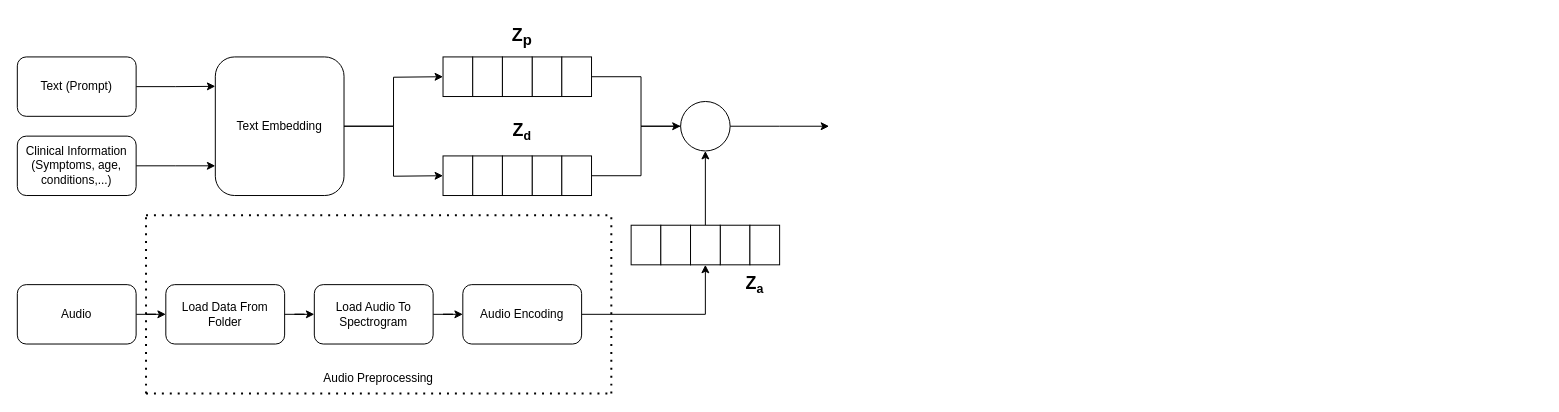
Before: Untitled Diagram.drawio in Mancupfire/Audio_in_LLM, a draw.io diagram. Source tidied: cells renumbered, new cells numbered last; positions are measured from the earlier drawing's top-left corner, leaving out a move shared by most shapes. Both pictures are drawn from the tidied source at 99%, with x=0, y=0 at pixel (17, 17).
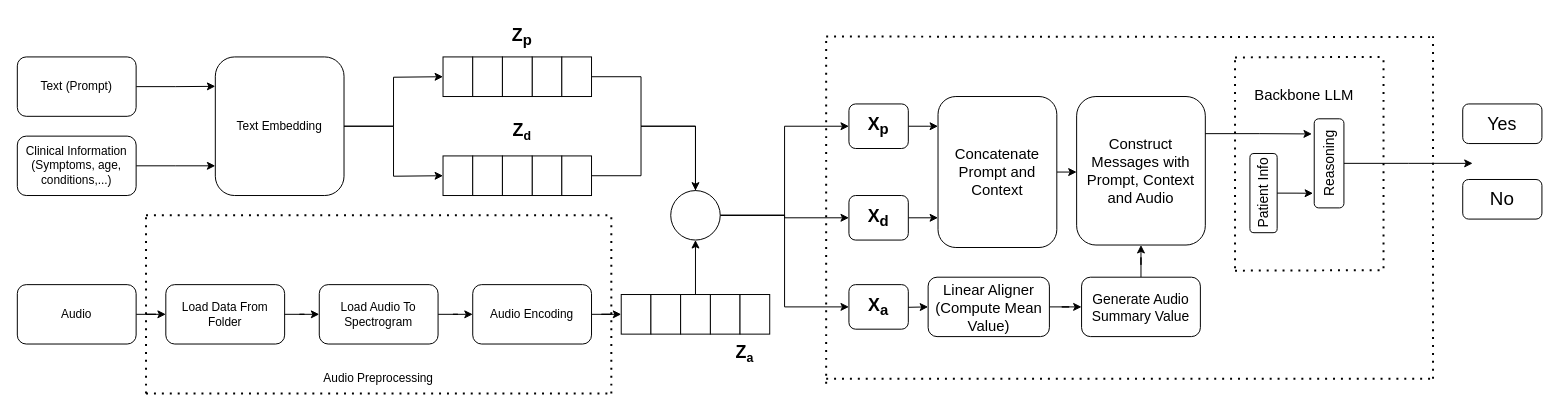
The same diagram, later.

Unchanged cells that the change refers to:
```xml
<mxCell id="27" style="rounded=0;whiteSpace=wrap;html=1;" parent="1" vertex="1">
  <mxGeometry x="550" y="40" width="30" height="40" as="geometry" />
</mxCell>
<mxCell id="33" style="rounded=0;whiteSpace=wrap;html=1;" parent="1" vertex="1">
  <mxGeometry x="550" y="140" width="30" height="40" as="geometry" />
</mxCell>
```

The edit, as a diff of the source:
```diff
@@
     <mxCell id="14" value="Load Audio To Spectrogram" style="rounded=1;whiteSpace=wrap;html=1;" parent="1" vertex="1">
-      <mxGeometry x="300" y="270" width="120" height="60" as="geometry" />
+      <mxGeometry x="305" y="270" width="120" height="60" as="geometry" />
     </mxCell>
-    <mxCell id="15" style="edgeStyle=orthogonalEdgeStyle;rounded=0;jettySize=auto;html=1;entryX=0.5;entryY=1;entryDx=0;entryDy=0;" parent="1" edge="1" source="16" target="38">
-      <mxGeometry relative="1" as="geometry" />
-    </mxCell>
+    <mxCell id="45" style="edgeStyle=orthogonalEdgeStyle;rounded=0;jettySize=auto;html=1;entryX=0;entryY=0.5;entryDx=0;entryDy=0;" parent="1" edge="1" source="16" target="34">
+      <mxGeometry relative="1" as="geometry" />
+    </mxCell>
     <mxCell id="16" value="Audio Encoding" style="rounded=1;whiteSpace=wrap;html=1;" parent="1" vertex="1">
-      <mxGeometry x="450" y="270" width="120" height="60" as="geometry" />
+      <mxGeometry x="460" y="270" width="120" height="60" as="geometry" />
     </mxCell>
@@
     <mxCell id="26" style="edgeStyle=orthogonalEdgeStyle;rounded=0;jettySize=auto;html=1;entryX=0.083;entryY=0.221;entryDx=0;entryDy=0;entryPerimeter=0;" parent="1" edge="1" source="27" target="41">
       <mxGeometry relative="1" as="geometry">
         <Array as="points">
           <mxPoint x="630" y="60" />
           <mxPoint x="630" y="110" />
-          <mxPoint x="687" y="110" />
+          <mxPoint x="685" y="110" />
+          <mxPoint x="685" y="186" />
         </Array>
       </mxGeometry>
     </mxCell>
@@
     <mxCell id="32" style="edgeStyle=orthogonalEdgeStyle;rounded=0;jettySize=auto;html=1;" parent="1" edge="1" source="33" target="41">
       <mxGeometry relative="1" as="geometry">
         <Array as="points">
           <mxPoint x="630" y="160" />
           <mxPoint x="630" y="110" />
+          <mxPoint x="685" y="110" />
         </Array>
       </mxGeometry>
     </mxCell>
@@
     <mxCell id="34" style="rounded=0;whiteSpace=wrap;html=1;" parent="1" vertex="1">
-      <mxGeometry x="620" y="210" width="30" height="40" as="geometry" />
+      <mxGeometry x="610" y="280" width="30" height="40" as="geometry" />
     </mxCell>
     <mxCell id="35" style="rounded=0;whiteSpace=wrap;html=1;" parent="1" vertex="1">
-      <mxGeometry x="650" y="210" width="30" height="40" as="geometry" />
+      <mxGeometry x="640" y="280" width="30" height="40" as="geometry" />
     </mxCell>
     <mxCell id="36" style="rounded=0;whiteSpace=wrap;html=1;" parent="1" vertex="1">
-      <mxGeometry x="710" y="210" width="30" height="40" as="geometry" />
+      <mxGeometry x="700" y="280" width="30" height="40" as="geometry" />
     </mxCell>
@@
     <mxCell id="38" style="rounded=0;whiteSpace=wrap;html=1;" parent="1" vertex="1">
-      <mxGeometry x="680" y="210" width="30" height="40" as="geometry" />
+      <mxGeometry x="670" y="280" width="30" height="40" as="geometry" />
     </mxCell>
     <mxCell id="39" style="rounded=0;whiteSpace=wrap;html=1;" parent="1" vertex="1">
-      <mxGeometry x="740" y="210" width="30" height="40" as="geometry" />
+      <mxGeometry x="730" y="280" width="30" height="40" as="geometry" />
     </mxCell>
-    <mxCell id="40" style="edgeStyle=orthogonalEdgeStyle;rounded=0;jettySize=auto;html=1;" parent="1" edge="1" source="41">
-      <mxGeometry relative="1" as="geometry">
-        <mxPoint x="820" y="110" as="targetPoint" />
-      </mxGeometry>
-    </mxCell>
+    <mxCell id="46" style="edgeStyle=orthogonalEdgeStyle;rounded=0;jettySize=auto;html=1;entryX=0;entryY=0.5;entryDx=0;entryDy=0;" parent="1" edge="1" source="41" target="57">
+      <mxGeometry relative="1" as="geometry" />
+    </mxCell>
+    <mxCell id="47" style="edgeStyle=orthogonalEdgeStyle;rounded=0;jettySize=auto;html=1;entryX=0;entryY=0.5;entryDx=0;entryDy=0;" parent="1" edge="1" source="41" target="53">
+      <mxGeometry relative="1" as="geometry" />
+    </mxCell>
+    <mxCell id="48" style="edgeStyle=orthogonalEdgeStyle;rounded=0;jettySize=auto;html=1;entryX=0;entryY=0.5;entryDx=0;entryDy=0;" parent="1" edge="1" source="41" target="55">
+      <mxGeometry relative="1" as="geometry" />
+    </mxCell>
     <mxCell id="41" style="ellipse;whiteSpace=wrap;html=1;" parent="1" vertex="1">
-      <mxGeometry x="670" y="85" width="50" height="50" as="geometry" />
+      <mxGeometry x="660" y="175" width="50" height="50" as="geometry" />
     </mxCell>
@@
     <mxCell id="43" value="&lt;b&gt;&lt;font style=&quot;font-size: 18px;&quot;&gt;Z&lt;/font&gt;&lt;font style=&quot;font-size: 15px;&quot;&gt;&lt;sub&gt;a&lt;/sub&gt;&lt;/font&gt;&lt;/b&gt;" style="text;html=1;align=center;verticalAlign=middle;whiteSpace=wrap;rounded=0;" parent="1" vertex="1">
-      <mxGeometry x="710" y="250" width="70" height="40" as="geometry" />
+      <mxGeometry x="700" y="320" width="70" height="40" as="geometry" />
     </mxCell>
@@
+    <mxCell id="49" style="endArrow=none;dashed=1;html=1;dashPattern=1 3;strokeWidth=2;rounded=0;" parent="1" edge="1">
+      <mxGeometry relative="1" as="geometry">
+        <mxPoint x="817" y="365" as="sourcePoint" />
+        <mxPoint x="1430" y="365" as="targetPoint" />
+      </mxGeometry>
+    </mxCell>
+    <mxCell id="50" style="endArrow=none;dashed=1;html=1;dashPattern=1 3;strokeWidth=2;rounded=0;" parent="1" edge="1">
+      <mxGeometry relative="1" as="geometry">
+        <mxPoint x="817" y="370" as="sourcePoint" />
+        <mxPoint x="817" y="20" as="targetPoint" />
+      </mxGeometry>
+    </mxCell>
+    <mxCell id="51" style="endArrow=none;dashed=1;html=1;dashPattern=1 3;strokeWidth=2;rounded=0;" parent="1" edge="1">
+      <mxGeometry relative="1" as="geometry">
+        <mxPoint x="817" y="19.4" as="sourcePoint" />
+        <mxPoint x="1430" y="20" as="targetPoint" />
+      </mxGeometry>
+    </mxCell>
+    <mxCell id="52" style="edgeStyle=orthogonalEdgeStyle;rounded=0;jettySize=auto;html=1;exitX=1;exitY=0.5;exitDx=0;exitDy=0;" parent="1" edge="1" source="53">
+      <mxGeometry relative="1" as="geometry">
+        <mxPoint x="930" y="203" as="targetPoint" />
+      </mxGeometry>
+    </mxCell>
+    <mxCell id="53" value="&lt;b&gt;&lt;font style=&quot;font-size: 18px;&quot;&gt;X&lt;sub style=&quot;&quot;&gt;d&lt;/sub&gt;&lt;/font&gt;&lt;/b&gt;" style="rounded=1;whiteSpace=wrap;html=1;" parent="1" vertex="1">
+      <mxGeometry x="840" y="180" width="60" height="45" as="geometry" />
+    </mxCell>
+    <mxCell id="54" style="edgeStyle=orthogonalEdgeStyle;rounded=0;jettySize=auto;html=1;" parent="1" edge="1" source="55">
+      <mxGeometry relative="1" as="geometry">
+        <mxPoint x="930" y="110" as="targetPoint" />
+      </mxGeometry>
+    </mxCell>
+    <mxCell id="55" value="&lt;b&gt;&lt;font style=&quot;font-size: 18px;&quot;&gt;X&lt;sub style=&quot;&quot;&gt;p&lt;/sub&gt;&lt;/font&gt;&lt;/b&gt;" style="rounded=1;whiteSpace=wrap;html=1;" parent="1" vertex="1">
+      <mxGeometry x="840" y="87.5" width="60" height="45" as="geometry" />
+    </mxCell>
+    <mxCell id="56" style="edgeStyle=orthogonalEdgeStyle;rounded=0;jettySize=auto;html=1;entryX=0;entryY=0.5;entryDx=0;entryDy=0;" parent="1" edge="1" target="59">
+      <mxGeometry relative="1" as="geometry">
+        <mxPoint x="870" y="292.5" as="sourcePoint" />
+      </mxGeometry>
+    </mxCell>
+    <mxCell id="57" value="&lt;b&gt;&lt;font style=&quot;font-size: 18px;&quot;&gt;X&lt;sub style=&quot;&quot;&gt;a&lt;/sub&gt;&lt;/font&gt;&lt;/b&gt;" style="rounded=1;whiteSpace=wrap;html=1;" parent="1" vertex="1">
+      <mxGeometry x="840" y="270" width="60" height="45" as="geometry" />
+    </mxCell>
+    <mxCell id="58" style="edgeStyle=orthogonalEdgeStyle;rounded=0;jettySize=auto;html=1;entryX=0;entryY=0.5;entryDx=0;entryDy=0;" parent="1" edge="1" source="59" target="61">
+      <mxGeometry relative="1" as="geometry" />
+    </mxCell>
+    <mxCell id="59" value="&lt;font style=&quot;font-size: 15px;&quot;&gt;Linear Aligner&lt;/font&gt;&lt;div&gt;&lt;font style=&quot;font-size: 15px;&quot;&gt;(Compute Mean Value)&lt;/font&gt;&lt;/div&gt;" style="rounded=1;whiteSpace=wrap;html=1;" parent="1" vertex="1">
+      <mxGeometry x="920" y="262.5" width="122.5" height="60" as="geometry" />
+    </mxCell>
+    <mxCell id="60" style="edgeStyle=orthogonalEdgeStyle;rounded=0;jettySize=auto;html=1;entryX=0.5;entryY=1;entryDx=0;entryDy=0;" parent="1" edge="1" source="61" target="64">
+      <mxGeometry relative="1" as="geometry" />
+    </mxCell>
+    <mxCell id="61" value="&lt;span style=&quot;font-size: 14px;&quot;&gt;Generate Audio Summary Value&lt;/span&gt;" style="rounded=1;whiteSpace=wrap;html=1;" parent="1" vertex="1">
+      <mxGeometry x="1075" y="262.5" width="120" height="60" as="geometry" />
+    </mxCell>
+    <mxCell id="62" style="edgeStyle=orthogonalEdgeStyle;rounded=0;jettySize=auto;html=1;" parent="1" edge="1" source="63">
+      <mxGeometry relative="1" as="geometry">
+        <mxPoint x="1070" y="156.2" as="targetPoint" />
+      </mxGeometry>
+    </mxCell>
+    <mxCell id="63" value="&lt;font style=&quot;font-size: 15px;&quot;&gt;Concatenate Prompt and Context&lt;/font&gt;" style="rounded=1;whiteSpace=wrap;html=1;" parent="1" vertex="1">
+      <mxGeometry x="930" y="80" width="120" height="152.5" as="geometry" />
+    </mxCell>
+    <mxCell id="64" value="&lt;font style=&quot;font-size: 15px;&quot;&gt;Construct Messages with Prompt, Context and Audio&lt;/font&gt;" style="rounded=1;whiteSpace=wrap;html=1;" parent="1" vertex="1">
+      <mxGeometry x="1070" y="80" width="130" height="150" as="geometry" />
+    </mxCell>
+    <mxCell id="65" style="edgeStyle=orthogonalEdgeStyle;rounded=0;jettySize=auto;html=1;" parent="1" edge="1" source="66">
+      <mxGeometry relative="1" as="geometry">
+        <mxPoint x="1470" y="147.5" as="targetPoint" />
+      </mxGeometry>
+    </mxCell>
+    <mxCell id="66" value="&lt;font style=&quot;font-size: 14px;&quot;&gt;Reasoning&lt;/font&gt;" style="rounded=1;whiteSpace=wrap;html=1;rotation=-90;" parent="1" vertex="1">
+      <mxGeometry x="1280" y="132.5" width="90" height="30" as="geometry" />
+    </mxCell>
+    <mxCell id="67" value="&lt;font style=&quot;font-size: 15px;&quot;&gt;Backbone LLM&lt;/font&gt;" style="text;html=1;align=center;verticalAlign=middle;whiteSpace=wrap;rounded=0;" parent="1" vertex="1">
+      <mxGeometry x="1240" y="63.4" width="120" height="30" as="geometry" />
+    </mxCell>
+    <mxCell id="68" value="&lt;font style=&quot;font-size: 14px;&quot;&gt;Patient Info&lt;/font&gt;" style="rounded=1;whiteSpace=wrap;html=1;rotation=-90;" parent="1" vertex="1">
+      <mxGeometry x="1218.8" y="163.8" width="80" height="27.5" as="geometry" />
+    </mxCell>
+    <mxCell id="69" style="endArrow=none;dashed=1;html=1;dashPattern=1 3;strokeWidth=2;rounded=0;" parent="1" edge="1">
+      <mxGeometry relative="1" as="geometry">
+        <mxPoint x="1230" y="253.4" as="sourcePoint" />
+        <mxPoint x="1230" y="43.4" as="targetPoint" />
+      </mxGeometry>
+    </mxCell>
+    <mxCell id="70" style="endArrow=none;dashed=1;html=1;dashPattern=1 3;strokeWidth=2;rounded=0;" parent="1" edge="1">
+      <mxGeometry relative="1" as="geometry">
+        <mxPoint x="1380" y="253.4" as="sourcePoint" />
+        <mxPoint x="1380" y="43.4" as="targetPoint" />
+      </mxGeometry>
+    </mxCell>
+    <mxCell id="71" style="endArrow=none;dashed=1;html=1;dashPattern=1 3;strokeWidth=2;rounded=0;" parent="1" edge="1">
+      <mxGeometry relative="1" as="geometry">
+        <mxPoint x="1230" y="255.9" as="sourcePoint" />
+        <mxPoint x="1380" y="255.4" as="targetPoint" />
+      </mxGeometry>
+    </mxCell>
+    <mxCell id="72" style="edgeStyle=orthogonalEdgeStyle;rounded=0;jettySize=auto;html=1;exitX=1;exitY=0.25;exitDx=0;exitDy=0;entryX=0.83;entryY=-0.078;entryDx=0;entryDy=0;entryPerimeter=0;" parent="1" edge="1" source="64" target="66">
+      <mxGeometry relative="1" as="geometry" />
+    </mxCell>
+    <mxCell id="73" style="edgeStyle=orthogonalEdgeStyle;rounded=0;jettySize=auto;html=1;entryX=0.164;entryY=-0.039;entryDx=0;entryDy=0;entryPerimeter=0;" parent="1" edge="1" source="68" target="66">
+      <mxGeometry relative="1" as="geometry" />
+    </mxCell>
+    <mxCell id="74" style="endArrow=none;dashed=1;html=1;dashPattern=1 3;strokeWidth=2;rounded=0;" parent="1" edge="1">
+      <mxGeometry relative="1" as="geometry">
+        <mxPoint x="1230" y="40.5" as="sourcePoint" />
+        <mxPoint x="1380" y="40" as="targetPoint" />
+      </mxGeometry>
+    </mxCell>
+    <mxCell id="75" style="endArrow=none;dashed=1;html=1;dashPattern=1 3;strokeWidth=2;rounded=0;" parent="1" edge="1">
+      <mxGeometry relative="1" as="geometry">
+        <mxPoint x="1430" y="365" as="sourcePoint" />
+        <mxPoint x="1430" y="15" as="targetPoint" />
+      </mxGeometry>
+    </mxCell>
+    <mxCell id="76" value="&lt;font style=&quot;font-size: 19px;&quot;&gt;No&lt;/font&gt;" style="rounded=1;whiteSpace=wrap;html=1;" parent="1" vertex="1">
+      <mxGeometry x="1460" y="163.8" width="80" height="40" as="geometry" />
+    </mxCell>
+    <mxCell id="77" value="&lt;font style=&quot;font-size: 18px;&quot;&gt;Yes&lt;/font&gt;" style="rounded=1;whiteSpace=wrap;html=1;" parent="1" vertex="1">
+      <mxGeometry x="1460" y="87.5" width="80" height="40" as="geometry" />
+    </mxCell>
```
